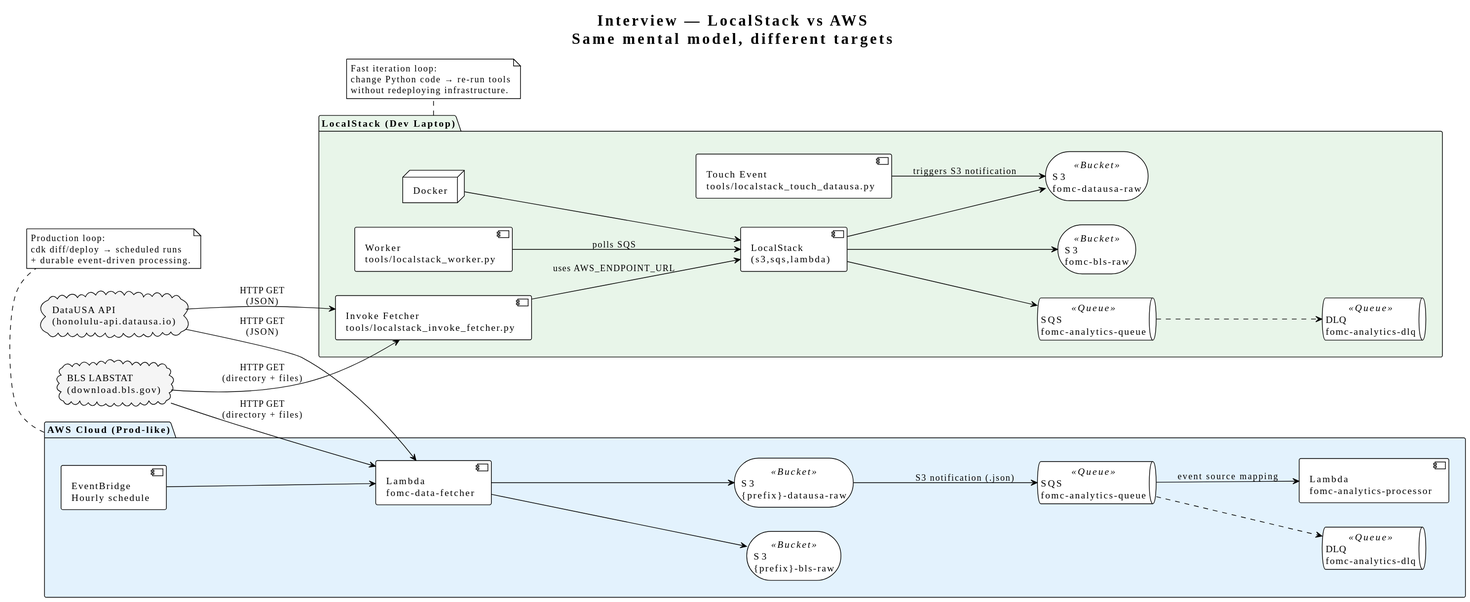
Above: site/diagrams/interview-localstack-vs-aws.svg in TechR10n/fomc-agent (PlantUML), before the change.
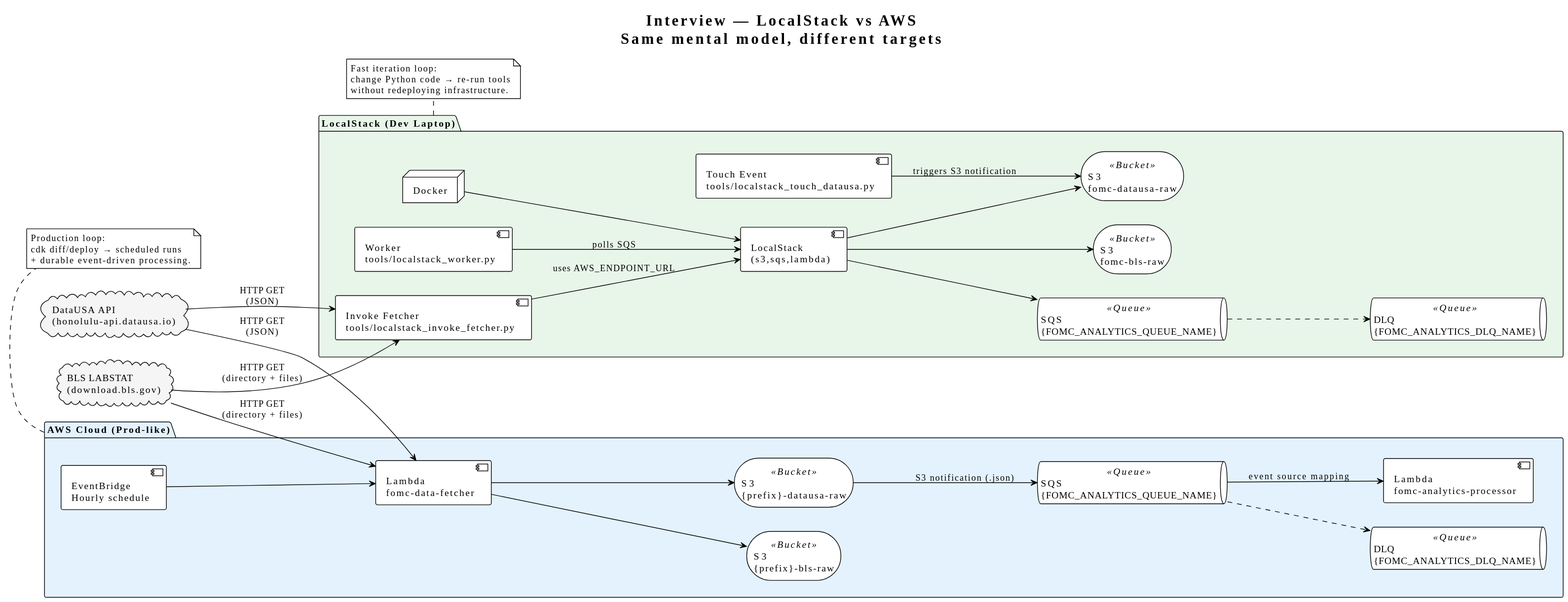
The same diagram one commit later.

Change to the diagram source:
```diff
@@ -12,8 +12,8 @@
 
   storage "S3\nfomc-bls-raw" as LS_BLS <<Bucket>>
   storage "S3\nfomc-datausa-raw" as LS_DataUSA <<Bucket>>
-  queue "SQS\nfomc-analytics-queue" as LS_Q <<Queue>>
-  queue "DLQ\nfomc-analytics-dlq" as LS_DLQ <<Queue>>
+  queue "SQS\n{FOMC_ANALYTICS_QUEUE_NAME}" as LS_Q <<Queue>>
+  queue "DLQ\n{FOMC_ANALYTICS_DLQ_NAME}" as LS_DLQ <<Queue>>
 
   component "Invoke Fetcher\ntools/localstack_invoke_fetcher.py" as LS_Invoke
   component "Worker\ntools/localstack_worker.py" as LS_Worker
@@ -35,8 +35,8 @@
   component "Lambda\nfomc-data-fetcher" as Fetcher
   storage "S3\n{prefix}-bls-raw" as AWS_BLS <<Bucket>>
   storage "S3\n{prefix}-datausa-raw" as AWS_DataUSA <<Bucket>>
-  queue "SQS\nfomc-analytics-queue" as AWS_Q <<Queue>>
-  queue "DLQ\nfomc-analytics-dlq" as AWS_DLQ <<Queue>>
+  queue "SQS\n{FOMC_ANALYTICS_QUEUE_NAME}" as AWS_Q <<Queue>>
+  queue "DLQ\n{FOMC_ANALYTICS_DLQ_NAME}" as AWS_DLQ <<Queue>>
   component "Lambda\nfomc-analytics-processor" as Analytics
 
   EB --> Fetcher
```
